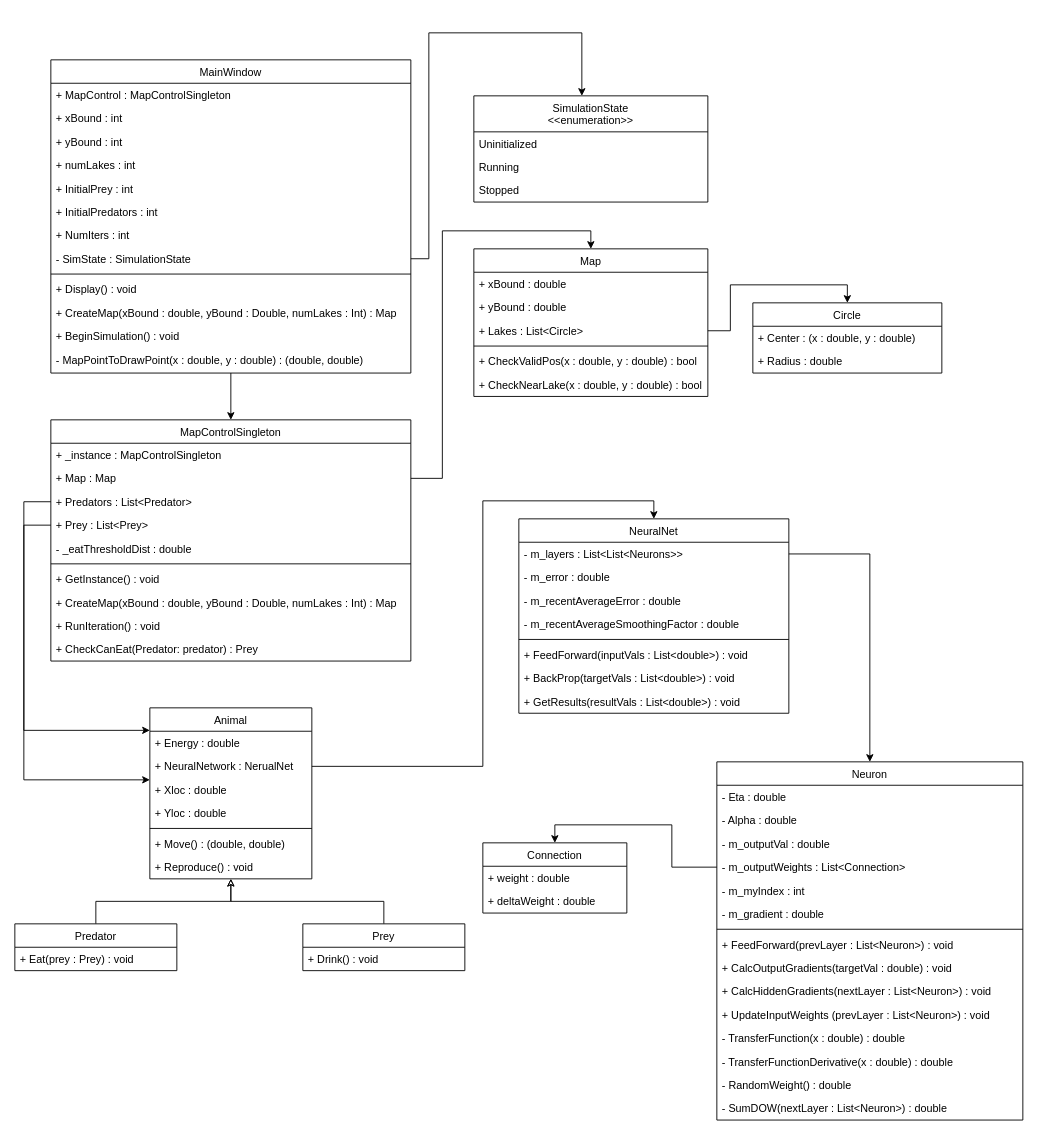
This is Documentation/EvolutionSimClassDiagram.drawio from ashkevin22/EvolutionSim, a draw.io file, before an edit. Source tidied: cells renumbered, new cells numbered last; positions are measured from the earlier drawing's top-left corner, leaving out a move shared by most shapes. Both pictures are drawn from the tidied source at 90%, with x=0, y=0 at pixel (14, 32).
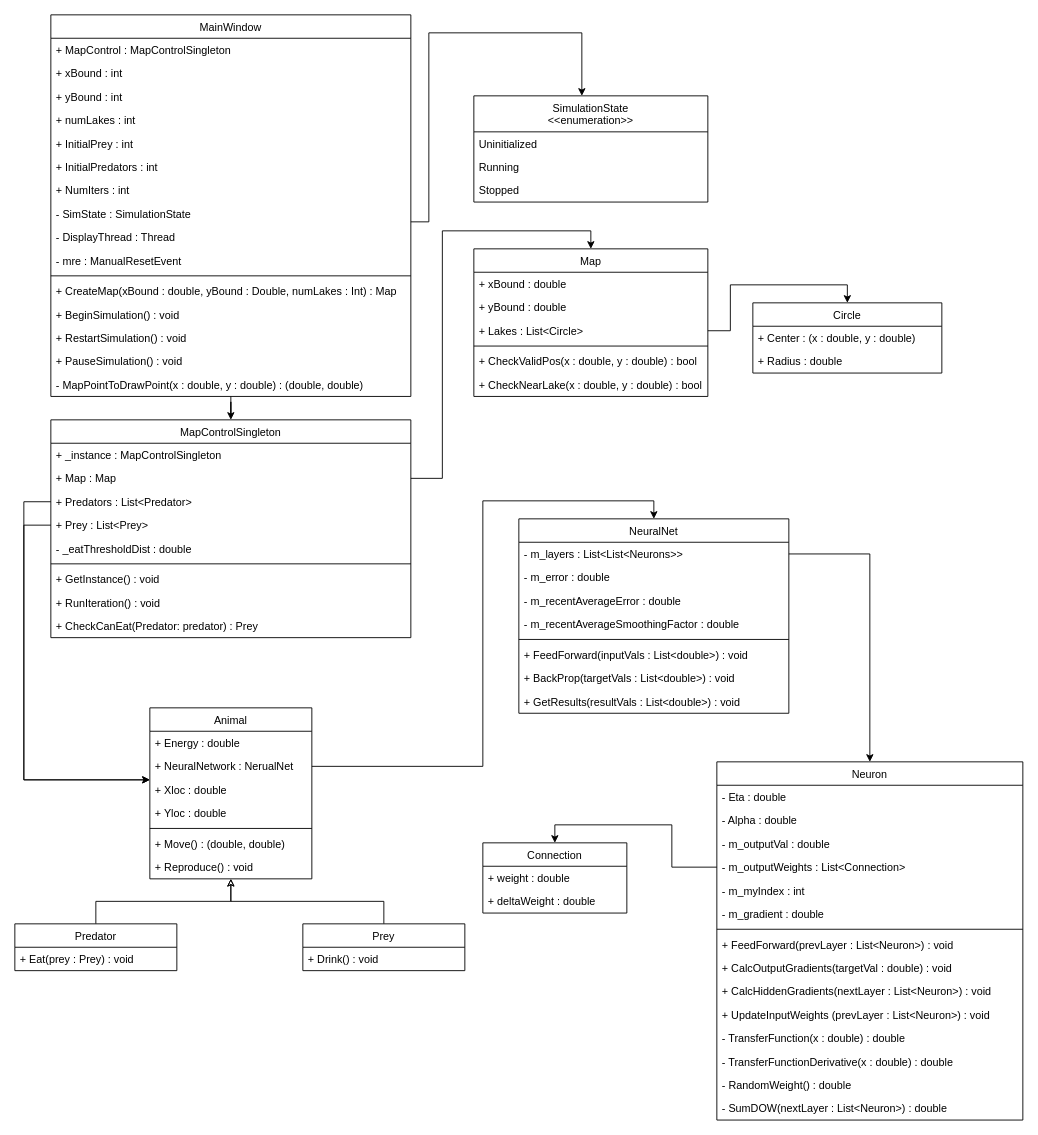
Above is the later version.

Unchanged cells that the change refers to:
```xml
<mxCell id="32" value="Animal" style="swimlane;fontStyle=0;align=center;verticalAlign=top;horizontal=1;startSize=26;rounded=0;shadow=0;strokeWidth=1;" parent="1" vertex="1">
  <mxGeometry x="150" y="750" width="180" height="190" as="geometry" />
</mxCell>
<mxCell id="50" value="+ Predators : List&lt;Predator&gt;" style="text;align=left;verticalAlign=top;spacingLeft=4;spacingRight=4;overflow=hidden;points=[[0,0.5],[1,0.5]];portConstraint=eastwest;rounded=0;shadow=0;html=0;" parent="47" vertex="1">
  <mxGeometry y="78" width="400" height="26" as="geometry" />
</mxCell>
<mxCell id="79" value="- SimState : SimulationState " style="text;align=left;verticalAlign=top;spacingLeft=4;spacingRight=4;overflow=hidden;points=[[0,0.5],[1,0.5]];portConstraint=eastwest;rounded=0;shadow=0;html=0;" parent="71" vertex="1">
  <mxGeometry y="208" width="400" height="26" as="geometry" />
</mxCell>
<mxCell id="87" value="SimulationState&#10;&lt;&lt;enumeration&gt;&gt;" style="swimlane;fontStyle=0;align=center;verticalAlign=top;horizontal=1;startSize=40;rounded=0;shadow=0;strokeWidth=1;" parent="1" vertex="1">
  <mxGeometry x="510" y="70" width="260" height="118" as="geometry" />
</mxCell>
```

The edit, as a diff of the source:
```diff
@@
     <mxCell id="47" value="MapControlSingleton" style="swimlane;fontStyle=0;align=center;verticalAlign=top;horizontal=1;startSize=26;rounded=0;shadow=0;strokeWidth=1;" parent="1" vertex="1">
-      <mxGeometry x="40" y="430" width="400" height="268" as="geometry" />
+      <mxGeometry x="40" y="430" width="400" height="242" as="geometry" />
     </mxCell>
@@
-    <mxCell id="55" value="+ CreateMap(xBound : double, yBound : Double, numLakes : Int) : Map" style="text;align=left;verticalAlign=top;spacingLeft=4;spacingRight=4;overflow=hidden;rounded=0;shadow=0;html=0;" parent="47" vertex="1">
-      <mxGeometry y="190" width="400" height="26" as="geometry" />
-    </mxCell>
     <mxCell id="56" value="+ RunIteration() : void" style="text;align=left;verticalAlign=top;spacingLeft=4;spacingRight=4;overflow=hidden;rounded=0;shadow=0;html=0;" parent="47" vertex="1">
-      <mxGeometry y="216" width="400" height="26" as="geometry" />
+      <mxGeometry y="190" width="400" height="26" as="geometry" />
     </mxCell>
     <mxCell id="57" value="+ CheckCanEat(Predator: predator) : Prey" style="text;align=left;verticalAlign=top;spacingLeft=4;spacingRight=4;overflow=hidden;rounded=0;shadow=0;html=0;" parent="47" vertex="1">
-      <mxGeometry y="242" width="400" height="26" as="geometry" />
+      <mxGeometry y="216" width="400" height="26" as="geometry" />
     </mxCell>
@@
     <mxCell id="71" value="MainWindow" style="swimlane;fontStyle=0;align=center;verticalAlign=top;horizontal=1;startSize=26;rounded=0;shadow=0;strokeWidth=1;" parent="1" vertex="1">
-      <mxGeometry x="40" y="30" width="400" height="348" as="geometry" />
+      <mxGeometry x="40" y="-20" width="400" height="424" as="geometry" />
     </mxCell>
@@
+    <mxCell id="92" value="- DisplayThread : Thread" style="text;align=left;verticalAlign=top;spacingLeft=4;spacingRight=4;overflow=hidden;rounded=0;shadow=0;html=0;" parent="71" vertex="1">
+      <mxGeometry y="234" width="400" height="26" as="geometry" />
+    </mxCell>
+    <mxCell id="93" value="- mre : ManualResetEvent" style="text;align=left;verticalAlign=top;spacingLeft=4;spacingRight=4;overflow=hidden;rounded=0;shadow=0;html=0;" parent="71" vertex="1">
+      <mxGeometry y="260" width="400" height="26" as="geometry" />
+    </mxCell>
     <mxCell id="80" style="line;html=1;strokeWidth=1;align=left;verticalAlign=middle;spacingTop=-1;spacingLeft=3;spacingRight=3;labelPosition=right;" parent="71" vertex="1">
-      <mxGeometry y="234" width="400" height="8" as="geometry" />
+      <mxGeometry y="286" width="400" height="8" as="geometry" />
     </mxCell>
-    <mxCell id="81" value="+ Display() : void" style="text;align=left;verticalAlign=top;spacingLeft=4;spacingRight=4;overflow=hidden;rounded=0;shadow=0;html=0;" parent="71" vertex="1">
-      <mxGeometry y="242" width="400" height="26" as="geometry" />
-    </mxCell>
     <mxCell id="82" value="+ CreateMap(xBound : double, yBound : Double, numLakes : Int) : Map" style="text;align=left;verticalAlign=top;spacingLeft=4;spacingRight=4;overflow=hidden;rounded=0;shadow=0;html=0;" parent="71" vertex="1">
-      <mxGeometry y="268" width="400" height="26" as="geometry" />
+      <mxGeometry y="294" width="400" height="26" as="geometry" />
     </mxCell>
+    <mxCell id="94" value="+ BeginSimulation() : void" style="text;align=left;verticalAlign=top;spacingLeft=4;spacingRight=4;overflow=hidden;rounded=0;shadow=0;html=0;" parent="71" vertex="1">
+      <mxGeometry y="320" width="400" height="26" as="geometry" />
+    </mxCell>
-    <mxCell id="83" value="+ BeginSimulation() : void" style="text;align=left;verticalAlign=top;spacingLeft=4;spacingRight=4;overflow=hidden;rounded=0;shadow=0;html=0;" parent="71" vertex="1">
-      <mxGeometry y="294" width="400" height="26" as="geometry" />
+    <mxCell id="83" value="+ RestartSimulation() : void" style="text;align=left;verticalAlign=top;spacingLeft=4;spacingRight=4;overflow=hidden;rounded=0;shadow=0;html=0;" parent="71" vertex="1">
+      <mxGeometry y="346" width="400" height="26" as="geometry" />
     </mxCell>
+    <mxCell id="95" value="+ PauseSimulation() : void" style="text;align=left;verticalAlign=top;spacingLeft=4;spacingRight=4;overflow=hidden;rounded=0;shadow=0;html=0;" parent="71" vertex="1">
+      <mxGeometry y="372" width="400" height="26" as="geometry" />
+    </mxCell>
     <mxCell id="84" value="- MapPointToDrawPoint(x : double, y : double) : (double, double)" style="text;align=left;verticalAlign=top;spacingLeft=4;spacingRight=4;overflow=hidden;rounded=0;shadow=0;html=0;" parent="71" vertex="1">
-      <mxGeometry y="320" width="400" height="26" as="geometry" />
+      <mxGeometry y="398" width="400" height="26" as="geometry" />
     </mxCell>
     <mxCell id="85" style="edgeStyle=orthogonalEdgeStyle;rounded=0;jettySize=auto;html=1;" parent="1" edge="1" source="50" target="32">
       <mxGeometry relative="1" as="geometry">
         <Array as="points">
           <mxPoint x="10" y="521" />
-          <mxPoint x="10" y="775" />
+          <mxPoint x="10" y="830" />
         </Array>
       </mxGeometry>
     </mxCell>
@@
     <mxCell id="91" style="edgeStyle=orthogonalEdgeStyle;rounded=0;jettySize=auto;html=1;" parent="1" edge="1" source="79" target="87">
       <mxGeometry relative="1" as="geometry">
         <Array as="points">
-          <mxPoint x="460" y="251" />
+          <mxPoint x="460" y="210" />
           <mxPoint x="460" />
           <mxPoint x="630" />
         </Array>
       </mxGeometry>
     </mxCell>
```
